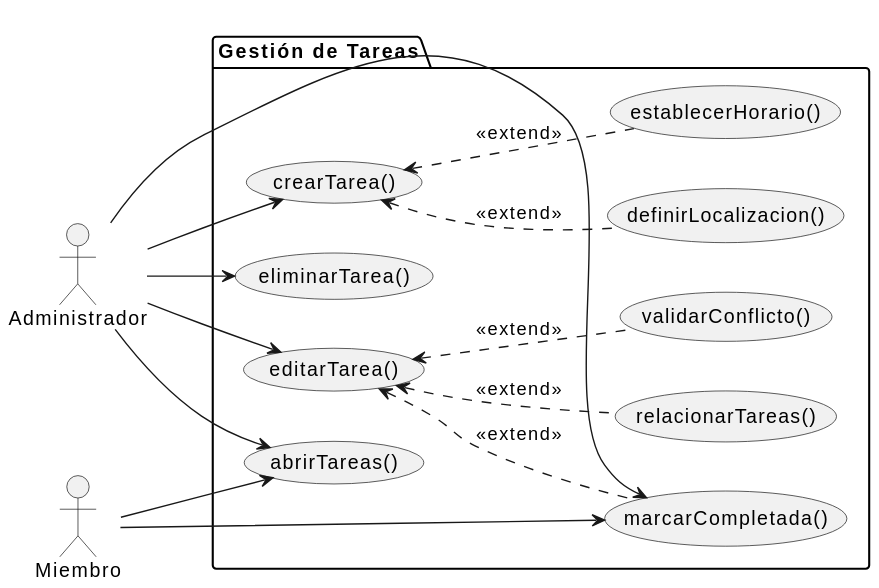
Earlier version of the PlantUML export documents/actoresYCasosDeUso/diagramas/diagramaGestionTareas/diagramaGestionTareas.svg (inigovaqueroo04/25-26-IdSw1-SdR).
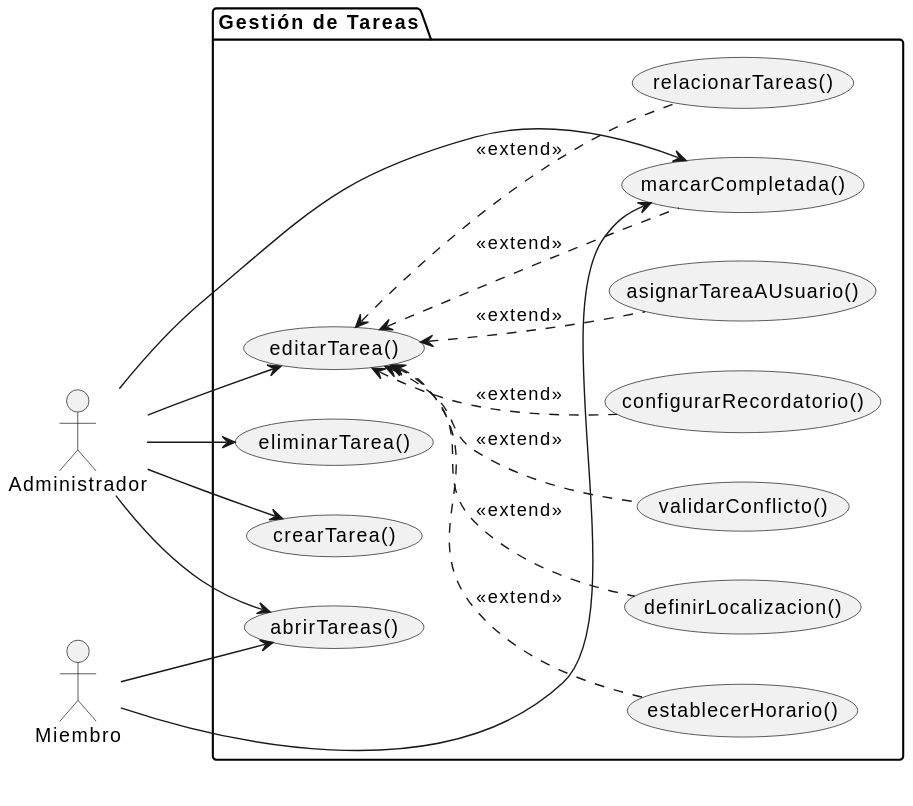
After the change.

Commit message:
Gestión de Tareas refinado.  #31

Diff of the diagram source:
```diff
@@ -9,25 +9,30 @@
     usecase "editarTarea()" as UC2
     usecase "eliminarTarea()" as UC3
     usecase "marcarCompletada()" as UC4
+    usecase "abrirTareas()" as UC8
+
     usecase "relacionarTareas()" as UC5
     usecase "establecerHorario()" as UC6
     usecase "definirLocalizacion()" as UC7
-    usecase "abrirTareas()" as UC8
     usecase "validarConflicto()" as UC9
+    usecase "configurarRecordatorio()" as UC10
+    usecase "asignarTareaAUsuario()" as UC11
 }
 
 Admin --> UC1
+Admin --> UC2
 Admin --> UC3
 Admin --> UC4
 Admin --> UC8
-Admin -left-> UC2
 
+Miem --> UC4
 Miem --> UC8
-Miem --> UC4
 
+UC2 <.. UC4 : <<extend>>
 UC2 <.. UC5 : <<extend>>
-UC2 <.. UC4 : <<extend>>
+UC2 <.. UC6 : <<extend>>
+UC2 <.. UC7 : <<extend>>
 UC2 <.. UC9 : <<extend>>
-UC1 <.. UC6 : <<extend>>
-UC1 <.. UC7 : <<extend>>
+UC2 <.. UC10 : <<extend>>
+UC2 <.. UC11 : <<extend>>
 @enduml
```
